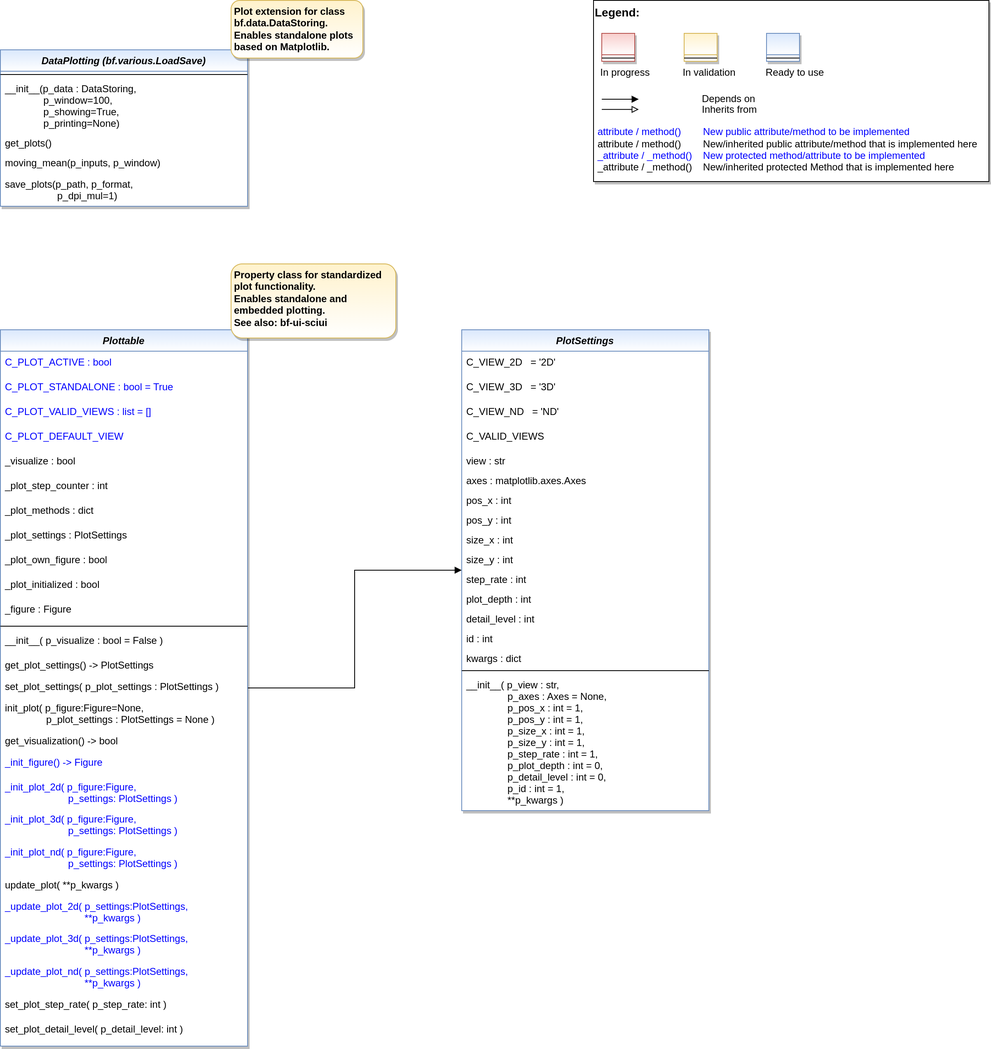
Above: doc/rtd/content/04_appendices/appendix2/sub/core/mlpro_bf/layer0_elementary/images/MLPro-BF-Plot_class_diagram.drawio.png in fhswf/MLPro (draw.io), before the change. Source tidied: cells renumbered, new cells last; positions are measured from the earlier drawing's top-left corner, leaving out a move shared by most shapes.
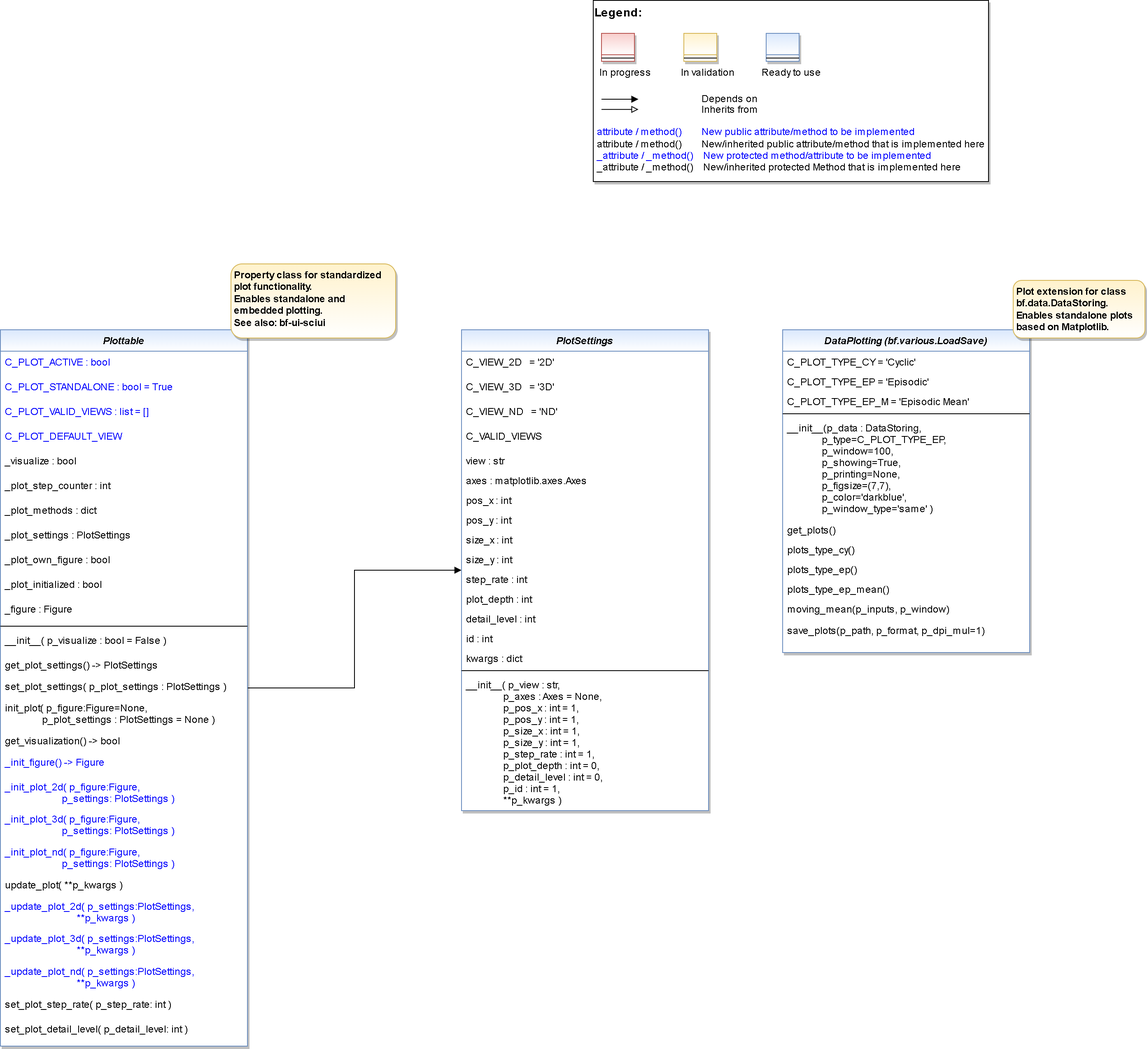
The same file after the commit.

Commit message:
rtd: update MLPro-BF-Plot_class_diagram

Change to the diagram source:
```diff
@@ -134,25 +134,43 @@
       <mxGeometry x="280" y="320" width="200" height="90" as="geometry" />
     </mxCell>
     <mxCell id="42" value="DataPlotting (bf.various.LoadSave)" style="swimlane;fontStyle=3;align=center;verticalAlign=top;horizontal=1;startSize=26;rounded=0;shadow=1;strokeWidth=1;fillColor=#dae8fc;strokeColor=#6c8ebf;gradientColor=#FFFFFF;swimlaneFillColor=#FFFFFF;" parent="1" vertex="1">
-      <mxGeometry y="60" width="300" height="190" as="geometry" />
+      <mxGeometry x="950" y="400" width="300" height="392" as="geometry" />
     </mxCell>
+    <mxCell id="67" value="C_PLOT_TYPE_CY = 'Cyclic'" style="text;align=left;verticalAlign=top;spacingLeft=4;spacingRight=4;overflow=hidden;" parent="42" vertex="1">
+      <mxGeometry y="26" width="300" height="24" as="geometry" />
+    </mxCell>
+    <mxCell id="68" value="C_PLOT_TYPE_EP = 'Episodic'" style="text;align=left;verticalAlign=top;spacingLeft=4;spacingRight=4;overflow=hidden;" parent="42" vertex="1">
+      <mxGeometry y="50" width="300" height="24" as="geometry" />
+    </mxCell>
+    <mxCell id="69" value="C_PLOT_TYPE_EP_M = 'Episodic Mean'" style="text;align=left;verticalAlign=top;spacingLeft=4;spacingRight=4;overflow=hidden;" parent="42" vertex="1">
+      <mxGeometry y="74" width="300" height="24" as="geometry" />
+    </mxCell>
     <mxCell id="43" style="line;html=1;strokeWidth=1;align=left;verticalAlign=middle;spacingTop=-1;spacingLeft=3;spacingRight=3;labelPosition=right;" parent="42" vertex="1">
-      <mxGeometry y="26" width="300" height="8" as="geometry" />
+      <mxGeometry y="98" width="300" height="8" as="geometry" />
     </mxCell>
-    <mxCell id="44" value="__init__(p_data : DataStoring, &#10;              p_window=100,&#10;              p_showing=True, &#10;              p_printing=None)" style="text;align=left;verticalAlign=top;spacingLeft=4;spacingRight=4;overflow=hidden;" parent="42" vertex="1">
-      <mxGeometry y="34" width="300" height="66" as="geometry" />
+    <mxCell id="44" value="__init__(p_data : DataStoring, &#10;              p_type=C_PLOT_TYPE_EP,&#10;              p_window=100,&#10;              p_showing=True, &#10;              p_printing=None,&#10;              p_figsize=(7,7),&#10;              p_color='darkblue',&#10;              p_window_type='same' )" style="text;align=left;verticalAlign=top;spacingLeft=4;spacingRight=4;overflow=hidden;" parent="42" vertex="1">
+      <mxGeometry y="106" width="300" height="124" as="geometry" />
     </mxCell>
+    <mxCell id="70" value="get_plots()" style="text;align=left;verticalAlign=top;spacingLeft=4;spacingRight=4;overflow=hidden;" parent="42" vertex="1">
+      <mxGeometry y="230" width="300" height="24" as="geometry" />
+    </mxCell>
+    <mxCell id="71" value="plots_type_cy()" style="text;align=left;verticalAlign=top;spacingLeft=4;spacingRight=4;overflow=hidden;" parent="42" vertex="1">
+      <mxGeometry y="254" width="300" height="24" as="geometry" />
+    </mxCell>
+    <mxCell id="72" value="plots_type_ep()" style="text;align=left;verticalAlign=top;spacingLeft=4;spacingRight=4;overflow=hidden;" parent="42" vertex="1">
+      <mxGeometry y="278" width="300" height="24" as="geometry" />
+    </mxCell>
-    <mxCell id="45" value="get_plots()" style="text;align=left;verticalAlign=top;spacingLeft=4;spacingRight=4;overflow=hidden;" parent="42" vertex="1">
-      <mxGeometry y="100" width="300" height="24" as="geometry" />
+    <mxCell id="45" value="plots_type_ep_mean()" style="text;align=left;verticalAlign=top;spacingLeft=4;spacingRight=4;overflow=hidden;" parent="42" vertex="1">
+      <mxGeometry y="302" width="300" height="24" as="geometry" />
     </mxCell>
     <mxCell id="46" value="moving_mean(p_inputs, p_window)" style="text;align=left;verticalAlign=top;spacingLeft=4;spacingRight=4;overflow=hidden;" parent="42" vertex="1">
-      <mxGeometry y="124" width="300" height="26" as="geometry" />
+      <mxGeometry y="326" width="300" height="26" as="geometry" />
     </mxCell>
-    <mxCell id="47" value="save_plots(p_path, p_format, &#10;                   p_dpi_mul=1)" style="text;align=left;verticalAlign=top;spacingLeft=4;spacingRight=4;overflow=hidden;" parent="42" vertex="1">
-      <mxGeometry y="150" width="300" height="40" as="geometry" />
+    <mxCell id="47" value="save_plots(p_path, p_format, p_dpi_mul=1)" style="text;align=left;verticalAlign=top;spacingLeft=4;spacingRight=4;overflow=hidden;" parent="42" vertex="1">
+      <mxGeometry y="352" width="300" height="40" as="geometry" />
     </mxCell>
     <mxCell id="48" value="Plot extension for class bf.data.DataStoring. Enables standalone plots based on Matplotlib." style="rounded=1;whiteSpace=wrap;html=1;fillColor=#fff2cc;strokeColor=#d6b656;gradientColor=#FFFFFF;shadow=1;fontStyle=1;align=left;spacingLeft=2;verticalAlign=top;" parent="1" vertex="1">
-      <mxGeometry x="280" width="160" height="70" as="geometry" />
+      <mxGeometry x="1230" y="340" width="160" height="70" as="geometry" />
     </mxCell>
     <mxCell id="49" value="PlotSettings" style="swimlane;fontStyle=3;align=center;verticalAlign=top;horizontal=1;startSize=26;rounded=0;shadow=1;strokeWidth=1;fillColor=#dae8fc;strokeColor=#6c8ebf;swimlaneFillColor=#FFFFFF;gradientColor=#FFFFFF;" parent="1" vertex="1">
       <mxGeometry x="560" y="400" width="300" height="584" as="geometry" />
```
